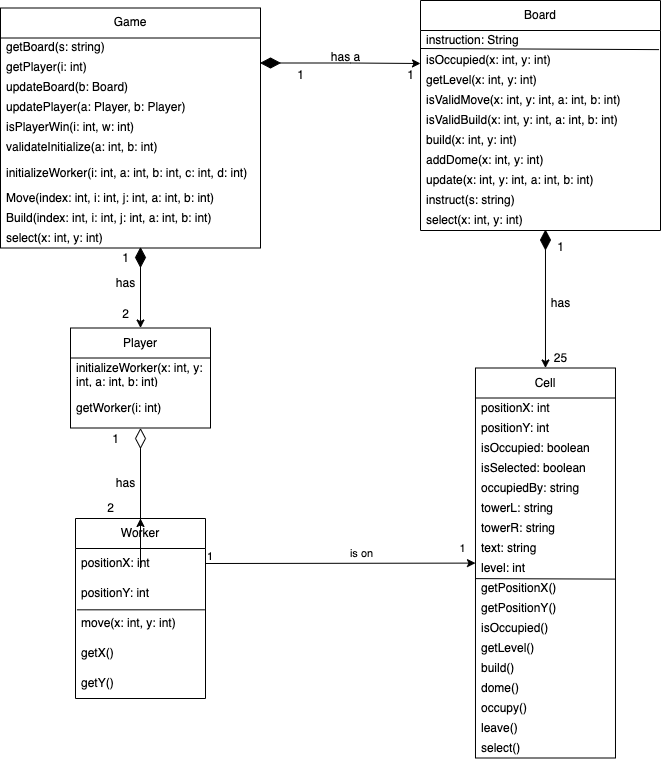
Above: Object diagram.drawio.png in RozayC/test (draw.io), before the change. Source tidied: cells renumbered, new cells last; positions are measured from the earlier drawing's top-left corner, leaving out a move shared by most shapes. The source it was exported from:
```xml
<mxGraphModel>
  <root>
    <mxCell id="0" />
    <mxCell id="1" parent="0" />
    <mxCell id="2" value="Worker" style="swimlane;fontStyle=0;horizontal=1;startSize=30;whiteSpace=wrap;html=1;fontSize=12;" parent="1" vertex="1">
      <mxGeometry x="75" y="518" width="130" height="180" as="geometry" />
    </mxCell>
    <mxCell id="3" value="positionX: int" style="text;strokeColor=none;fillColor=none;align=left;verticalAlign=middle;spacingLeft=4;spacingRight=4;overflow=hidden;points=[[0,0.5],[1,0.5]];portConstraint=eastwest;whiteSpace=wrap;html=1;fontSize=12;" parent="2" vertex="1">
      <mxGeometry y="30" width="130" height="30" as="geometry" />
    </mxCell>
    <mxCell id="4" value="positionY: int" style="text;strokeColor=none;fillColor=none;align=left;verticalAlign=middle;spacingLeft=4;spacingRight=4;overflow=hidden;whiteSpace=wrap;html=1;fontSize=12;" parent="2" vertex="1">
      <mxGeometry y="60" width="130" height="30" as="geometry" />
    </mxCell>
    <mxCell id="5" value="move(x: int, y: int)" style="text;strokeColor=none;fillColor=none;align=left;verticalAlign=middle;spacingLeft=4;spacingRight=4;overflow=hidden;whiteSpace=wrap;html=1;fontSize=12;" parent="2" vertex="1">
      <mxGeometry y="90" width="130" height="30" as="geometry" />
    </mxCell>
    <mxCell id="6" value="getX()" style="text;strokeColor=none;fillColor=none;align=left;verticalAlign=middle;spacingLeft=4;spacingRight=4;overflow=hidden;whiteSpace=wrap;html=1;fontSize=12;" parent="2" vertex="1">
      <mxGeometry y="120" width="130" height="30" as="geometry" />
    </mxCell>
    <mxCell id="7" value="getY()" style="text;strokeColor=none;fillColor=none;align=left;verticalAlign=middle;spacingLeft=4;spacingRight=4;overflow=hidden;whiteSpace=wrap;html=1;fontSize=12;" parent="2" vertex="1">
      <mxGeometry y="150" width="130" height="30" as="geometry" />
    </mxCell>
    <mxCell id="8" style="endArrow=none;html=1;rounded=0;fontSize=12;exitX=0.003;exitY=0.044;exitDx=0;exitDy=0;exitPerimeter=0;entryX=0.988;entryY=0.044;entryDx=0;entryDy=0;entryPerimeter=0;" parent="2" edge="1">
      <mxGeometry relative="1" as="geometry">
        <mxPoint x="1.4" y="91.3" as="sourcePoint" />
        <mxPoint x="129.4" y="91.3" as="targetPoint" />
      </mxGeometry>
    </mxCell>
    <mxCell id="9" style="endArrow=none;html=1;rounded=0;startArrow=none;" parent="1" edge="1">
      <mxGeometry relative="1" as="geometry">
        <mxPoint x="535" y="208" as="sourcePoint" />
        <mxPoint x="535" y="209" as="targetPoint" />
      </mxGeometry>
    </mxCell>
    <mxCell id="10" value="has a" style="text;html=1;align=center;verticalAlign=middle;fillColor=none;strokeColor=none;rounded=0;" parent="1" vertex="1">
      <mxGeometry x="320" y="42" width="50" height="30" as="geometry" />
    </mxCell>
    <mxCell id="11" value="has" style="text;html=1;align=center;verticalAlign=middle;fillColor=none;strokeColor=none;rounded=0;" parent="1" vertex="1">
      <mxGeometry x="540" y="287.5" width="40" height="30" as="geometry" />
    </mxCell>
    <mxCell id="12" value="has" style="text;html=1;align=center;verticalAlign=middle;fillColor=none;strokeColor=none;rounded=0;" parent="1" vertex="1">
      <mxGeometry x="105" y="467.5" width="40" height="30" as="geometry" />
    </mxCell>
    <mxCell id="13" value="has" style="text;html=1;align=center;verticalAlign=middle;fillColor=none;strokeColor=none;rounded=0;" parent="1" vertex="1">
      <mxGeometry x="105" y="267.5" width="40" height="30" as="geometry" />
    </mxCell>
    <mxCell id="14" value="1" style="text;html=1;align=center;verticalAlign=middle;fillColor=none;strokeColor=none;rounded=0;" parent="1" vertex="1">
      <mxGeometry x="115" y="247.5" width="20" height="20" as="geometry" />
    </mxCell>
    <mxCell id="15" value="2" style="text;html=1;align=center;verticalAlign=middle;fillColor=none;strokeColor=none;rounded=0;" parent="1" vertex="1">
      <mxGeometry x="115" y="304" width="20" height="20" as="geometry" />
    </mxCell>
    <mxCell id="16" value="1" style="text;html=1;align=center;verticalAlign=middle;fillColor=none;strokeColor=none;rounded=0;" parent="1" vertex="1">
      <mxGeometry x="105" y="428.5" width="20" height="20" as="geometry" />
    </mxCell>
    <mxCell id="17" value="2" style="text;html=1;align=center;verticalAlign=middle;fillColor=none;strokeColor=none;rounded=0;" parent="1" vertex="1">
      <mxGeometry x="100" y="498" width="20" height="20" as="geometry" />
    </mxCell>
    <mxCell id="18" value="1" style="text;html=1;align=center;verticalAlign=middle;fillColor=none;strokeColor=none;rounded=0;" parent="1" vertex="1">
      <mxGeometry x="550" y="237" width="20" height="20" as="geometry" />
    </mxCell>
    <mxCell id="19" value="25" style="text;html=1;align=center;verticalAlign=middle;fillColor=none;strokeColor=none;rounded=0;" parent="1" vertex="1">
      <mxGeometry x="545" y="347.5" width="30" height="20" as="geometry" />
    </mxCell>
    <mxCell id="20" value="1" style="text;html=1;align=center;verticalAlign=middle;fillColor=none;strokeColor=none;rounded=0;" parent="1" vertex="1">
      <mxGeometry x="290" y="65" width="20" height="20" as="geometry" />
    </mxCell>
    <mxCell id="21" value="1" style="text;html=1;align=center;verticalAlign=middle;fillColor=none;strokeColor=none;rounded=0;" parent="1" vertex="1">
      <mxGeometry x="400" y="65" width="20" height="20" as="geometry" />
    </mxCell>
    <mxCell id="22" style="endArrow=classic;html=1;rounded=0;exitX=1;exitY=0.5;exitDx=0;exitDy=0;" parent="1" edge="1" source="3" target="60">
      <mxGeometry relative="1" as="geometry" />
    </mxCell>
    <mxCell id="23" value="is on" style="edgeLabel;html=1;align=center;verticalAlign=middle;" parent="22" vertex="1">
      <mxGeometry relative="1" as="geometry">
        <mxPoint x="20" y="-11" as="offset" />
      </mxGeometry>
    </mxCell>
    <mxCell id="24" value="1" style="edgeLabel;html=1;align=left;verticalAlign=bottom;" parent="22" vertex="1">
      <mxGeometry x="-1" relative="1" as="geometry" />
    </mxCell>
    <mxCell id="25" value="1" style="edgeLabel;html=1;align=center;verticalAlign=middle;" parent="22" vertex="1">
      <mxGeometry x="0.88" y="4" relative="1" as="geometry">
        <mxPoint x="1" y="-11" as="offset" />
      </mxGeometry>
    </mxCell>
    <mxCell id="26" style="edgeStyle=orthogonalEdgeStyle;rounded=0;jettySize=auto;html=1;entryX=0.5;entryY=0;entryDx=0;entryDy=0;fontSize=12;" parent="1" edge="1" source="27" target="60">
      <mxGeometry relative="1" as="geometry" />
    </mxCell>
    <mxCell id="27" style="rhombus;whiteSpace=wrap;html=1;fillColor=#000000;" parent="1" vertex="1">
      <mxGeometry x="540" y="230" width="10" height="19" as="geometry" />
    </mxCell>
    <mxCell id="28" style="edgeStyle=orthogonalEdgeStyle;rounded=0;jettySize=auto;html=1;entryX=0.5;entryY=0;entryDx=0;entryDy=0;" parent="1" edge="1" source="29" target="2">
      <mxGeometry relative="1" as="geometry">
        <Array as="points">
          <mxPoint x="140" y="567.5" />
          <mxPoint x="140" y="567.5" />
        </Array>
      </mxGeometry>
    </mxCell>
    <mxCell id="29" style="rhombus;whiteSpace=wrap;html=1;fillColor=#ffffff;rotation=-180;" parent="1" vertex="1">
      <mxGeometry x="135" y="428.5" width="10" height="19" as="geometry" />
    </mxCell>
    <mxCell id="30" style="edgeStyle=orthogonalEdgeStyle;rounded=0;jettySize=auto;html=1;fontSize=12;" parent="1" edge="1" source="31" target="45">
      <mxGeometry relative="1" as="geometry" />
    </mxCell>
    <mxCell id="31" style="rhombus;whiteSpace=wrap;html=1;fillColor=#000000;" parent="1" vertex="1">
      <mxGeometry x="135" y="247.5" width="10" height="19" as="geometry" />
    </mxCell>
    <mxCell id="32" style="edgeStyle=orthogonalEdgeStyle;rounded=0;jettySize=auto;html=1;entryX=0;entryY=0.5;entryDx=0;entryDy=0;" parent="1" edge="1" source="33">
      <mxGeometry relative="1" as="geometry">
        <mxPoint x="420" y="63" as="targetPoint" />
      </mxGeometry>
    </mxCell>
    <mxCell id="33" style="rhombus;whiteSpace=wrap;html=1;fillColor=#000000;rotation=90;" parent="1" vertex="1">
      <mxGeometry x="265" y="53" width="10" height="19" as="geometry" />
    </mxCell>
    <mxCell id="34" value="Game" style="swimlane;fontStyle=0;horizontal=1;startSize=30;whiteSpace=wrap;html=1;" parent="1" vertex="1">
      <mxGeometry y="7.5" width="260" height="240" as="geometry" />
    </mxCell>
    <mxCell id="35" value="getBoard(s: string)" style="text;strokeColor=none;fillColor=none;align=left;verticalAlign=middle;spacingLeft=4;spacingRight=4;overflow=hidden;whiteSpace=wrap;html=1;" parent="34" vertex="1">
      <mxGeometry y="30" width="260" height="20" as="geometry" />
    </mxCell>
    <mxCell id="36" value="getPlayer(i: int)" style="text;strokeColor=none;fillColor=none;align=left;verticalAlign=middle;spacingLeft=4;spacingRight=4;overflow=hidden;whiteSpace=wrap;html=1;" parent="34" vertex="1">
      <mxGeometry y="50" width="260" height="20" as="geometry" />
    </mxCell>
    <mxCell id="37" value="updateBoard(b: Board)" style="text;strokeColor=none;fillColor=none;align=left;verticalAlign=middle;spacingLeft=4;spacingRight=4;overflow=hidden;whiteSpace=wrap;html=1;" parent="34" vertex="1">
      <mxGeometry y="70" width="260" height="20" as="geometry" />
    </mxCell>
    <mxCell id="38" value="updatePlayer(a: Player, b: Player)" style="text;strokeColor=none;fillColor=none;align=left;verticalAlign=middle;spacingLeft=4;spacingRight=4;overflow=hidden;whiteSpace=wrap;html=1;" parent="34" vertex="1">
      <mxGeometry y="90" width="260" height="20" as="geometry" />
    </mxCell>
    <mxCell id="39" value="isPlayerWin(i: int, w: int)" style="text;strokeColor=none;fillColor=none;align=left;verticalAlign=middle;spacingLeft=4;spacingRight=4;overflow=hidden;whiteSpace=wrap;html=1;" parent="34" vertex="1">
      <mxGeometry y="110" width="260" height="20" as="geometry" />
    </mxCell>
    <mxCell id="40" value="validateInitialize(a: int, b: int)" style="text;strokeColor=none;fillColor=none;align=left;verticalAlign=middle;spacingLeft=4;spacingRight=4;overflow=hidden;whiteSpace=wrap;html=1;" parent="34" vertex="1">
      <mxGeometry y="130" width="260" height="20" as="geometry" />
    </mxCell>
    <mxCell id="41" value="initializeWorker(i: int, a: int, b: int, c: int, d: int)" style="text;strokeColor=none;fillColor=none;align=left;verticalAlign=middle;spacingLeft=4;spacingRight=4;overflow=hidden;whiteSpace=wrap;html=1;" parent="34" vertex="1">
      <mxGeometry y="150" width="260" height="30" as="geometry" />
    </mxCell>
    <mxCell id="42" value="Move(index: int, i: int, j: int, a: int, b: int)" style="text;strokeColor=none;fillColor=none;align=left;verticalAlign=middle;spacingLeft=4;spacingRight=4;overflow=hidden;whiteSpace=wrap;html=1;" parent="34" vertex="1">
      <mxGeometry y="180" width="260" height="20" as="geometry" />
    </mxCell>
    <mxCell id="43" value="Build(index: int, i: int, j: int, a: int, b: int)" style="text;strokeColor=none;fillColor=none;align=left;verticalAlign=middle;spacingLeft=4;spacingRight=4;overflow=hidden;whiteSpace=wrap;html=1;" parent="34" vertex="1">
      <mxGeometry y="200" width="260" height="20" as="geometry" />
    </mxCell>
    <mxCell id="44" value="select(x: int, y: int)" style="text;strokeColor=none;fillColor=none;align=left;verticalAlign=middle;spacingLeft=4;spacingRight=4;overflow=hidden;whiteSpace=wrap;html=1;" parent="34" vertex="1">
      <mxGeometry y="220" width="260" height="20" as="geometry" />
    </mxCell>
    <mxCell id="45" value="Player" style="swimlane;fontStyle=0;horizontal=1;startSize=30;whiteSpace=wrap;html=1;fontSize=12;" parent="1" vertex="1">
      <mxGeometry x="70" y="327.5" width="140" height="100" as="geometry" />
    </mxCell>
    <mxCell id="46" value="initializeWorker(x: int, y: int, a: int, b: int)" style="text;strokeColor=none;fillColor=none;align=left;verticalAlign=middle;spacingLeft=4;spacingRight=4;overflow=hidden;whiteSpace=wrap;html=1;fontSize=12;" parent="45" vertex="1">
      <mxGeometry y="30" width="140" height="30" as="geometry" />
    </mxCell>
    <mxCell id="47" value="getWorker(i: int)" style="text;strokeColor=none;fillColor=none;align=left;verticalAlign=middle;spacingLeft=4;spacingRight=4;overflow=hidden;whiteSpace=wrap;html=1;fontSize=12;" parent="45" vertex="1">
      <mxGeometry y="60" width="140" height="40" as="geometry" />
    </mxCell>
    <mxCell id="48" value="Board" style="swimlane;fontStyle=0;horizontal=1;startSize=30;whiteSpace=wrap;html=1;fontSize=12;" parent="1" vertex="1">
      <mxGeometry x="420" width="240" height="230" as="geometry" />
    </mxCell>
    <mxCell id="49" value="instruction: String" style="text;strokeColor=none;fillColor=none;align=left;verticalAlign=middle;spacingLeft=4;spacingRight=4;overflow=hidden;whiteSpace=wrap;html=1;fontSize=12;" parent="48" vertex="1">
      <mxGeometry y="30" width="240" height="20" as="geometry" />
    </mxCell>
    <mxCell id="50" value="isOccupied(x: int, y: int)" style="text;strokeColor=none;fillColor=none;align=left;verticalAlign=middle;spacingLeft=4;spacingRight=4;overflow=hidden;points=[[0,0.5],[1,0.5]];portConstraint=eastwest;whiteSpace=wrap;html=1;fontSize=12;" parent="48" vertex="1">
      <mxGeometry y="50" width="240" height="20" as="geometry" />
    </mxCell>
    <mxCell id="51" value="getLevel(x: int, y: int)" style="text;strokeColor=none;fillColor=none;align=left;verticalAlign=middle;spacingLeft=4;spacingRight=4;overflow=hidden;whiteSpace=wrap;html=1;fontSize=12;" parent="48" vertex="1">
      <mxGeometry y="70" width="240" height="20" as="geometry" />
    </mxCell>
    <mxCell id="52" value="isValidMove(x: int, y: int, a: int, b: int)" style="text;strokeColor=none;fillColor=none;align=left;verticalAlign=middle;spacingLeft=4;spacingRight=4;overflow=hidden;whiteSpace=wrap;html=1;fontSize=12;" parent="48" vertex="1">
      <mxGeometry y="90" width="240" height="20" as="geometry" />
    </mxCell>
    <mxCell id="53" value="isValidBuild(x: int, y: int, a: int, b: int)" style="text;strokeColor=none;fillColor=none;align=left;verticalAlign=middle;spacingLeft=4;spacingRight=4;overflow=hidden;whiteSpace=wrap;html=1;fontSize=12;" parent="48" vertex="1">
      <mxGeometry y="110" width="240" height="20" as="geometry" />
    </mxCell>
    <mxCell id="54" value="build(x: int, y: int)" style="text;strokeColor=none;fillColor=none;align=left;verticalAlign=middle;spacingLeft=4;spacingRight=4;overflow=hidden;whiteSpace=wrap;html=1;fontSize=12;" parent="48" vertex="1">
      <mxGeometry y="130" width="240" height="20" as="geometry" />
    </mxCell>
    <mxCell id="55" value="addDome(x: int, y: int)" style="text;strokeColor=none;fillColor=none;align=left;verticalAlign=middle;spacingLeft=4;spacingRight=4;overflow=hidden;whiteSpace=wrap;html=1;fontSize=12;" parent="48" vertex="1">
      <mxGeometry y="150" width="240" height="20" as="geometry" />
    </mxCell>
    <mxCell id="56" value="update(x: int, y: int, a: int, b: int)" style="text;strokeColor=none;fillColor=none;align=left;verticalAlign=middle;spacingLeft=4;spacingRight=4;overflow=hidden;whiteSpace=wrap;html=1;fontSize=12;" parent="48" vertex="1">
      <mxGeometry y="170" width="240" height="20" as="geometry" />
    </mxCell>
    <mxCell id="57" value="instruct(s: string)" style="text;strokeColor=none;fillColor=none;align=left;verticalAlign=middle;spacingLeft=4;spacingRight=4;overflow=hidden;whiteSpace=wrap;html=1;fontSize=12;" parent="48" vertex="1">
      <mxGeometry y="190" width="240" height="20" as="geometry" />
    </mxCell>
    <mxCell id="58" value="select(x: int, y: int)" style="text;strokeColor=none;fillColor=none;align=left;verticalAlign=middle;spacingLeft=4;spacingRight=4;overflow=hidden;whiteSpace=wrap;html=1;fontSize=12;" parent="48" vertex="1">
      <mxGeometry y="210" width="240" height="20" as="geometry" />
    </mxCell>
    <mxCell id="59" style="endArrow=none;html=1;rounded=0;entryX=0.994;entryY=-0.044;entryDx=0;entryDy=0;entryPerimeter=0;exitX=0;exitY=-0.1;exitDx=0;exitDy=0;exitPerimeter=0;" parent="48" edge="1" source="50" target="50">
      <mxGeometry relative="1" as="geometry" />
    </mxCell>
    <mxCell id="60" value="Cell" style="swimlane;fontStyle=0;horizontal=1;startSize=30;whiteSpace=wrap;html=1;fontSize=12;" parent="1" vertex="1">
      <mxGeometry x="475" y="367.5" width="140" height="390" as="geometry" />
    </mxCell>
    <mxCell id="61" value="positionX: int" style="text;strokeColor=none;fillColor=none;align=left;verticalAlign=middle;spacingLeft=4;spacingRight=4;overflow=hidden;whiteSpace=wrap;html=1;fontSize=12;" parent="60" vertex="1">
      <mxGeometry y="30" width="140" height="20" as="geometry" />
    </mxCell>
    <mxCell id="62" value="positionY: int" style="text;strokeColor=none;fillColor=none;align=left;verticalAlign=middle;spacingLeft=4;spacingRight=4;overflow=hidden;whiteSpace=wrap;html=1;fontSize=12;" parent="60" vertex="1">
      <mxGeometry y="50" width="140" height="20" as="geometry" />
    </mxCell>
    <mxCell id="63" value="isOccupied: boolean" style="text;strokeColor=none;fillColor=none;align=left;verticalAlign=middle;spacingLeft=4;spacingRight=4;overflow=hidden;whiteSpace=wrap;html=1;fontSize=12;" parent="60" vertex="1">
      <mxGeometry y="70" width="140" height="20" as="geometry" />
    </mxCell>
    <mxCell id="64" value="isSelected: boolean" style="text;strokeColor=none;fillColor=none;align=left;verticalAlign=middle;spacingLeft=4;spacingRight=4;overflow=hidden;whiteSpace=wrap;html=1;fontSize=12;" parent="60" vertex="1">
      <mxGeometry y="90" width="140" height="20" as="geometry" />
    </mxCell>
    <mxCell id="65" value="occupiedBy: string" style="text;strokeColor=none;fillColor=none;align=left;verticalAlign=middle;spacingLeft=4;spacingRight=4;overflow=hidden;whiteSpace=wrap;html=1;fontSize=12;" parent="60" vertex="1">
      <mxGeometry y="110" width="140" height="20" as="geometry" />
    </mxCell>
    <mxCell id="66" value="towerL: string" style="text;strokeColor=none;fillColor=none;align=left;verticalAlign=middle;spacingLeft=4;spacingRight=4;overflow=hidden;whiteSpace=wrap;html=1;fontSize=12;" parent="60" vertex="1">
      <mxGeometry y="130" width="140" height="20" as="geometry" />
    </mxCell>
    <mxCell id="67" value="towerR: string" style="text;strokeColor=none;fillColor=none;align=left;verticalAlign=middle;spacingLeft=4;spacingRight=4;overflow=hidden;whiteSpace=wrap;html=1;fontSize=12;" parent="60" vertex="1">
      <mxGeometry y="150" width="140" height="20" as="geometry" />
    </mxCell>
    <mxCell id="68" value="text: string" style="text;strokeColor=none;fillColor=none;align=left;verticalAlign=middle;spacingLeft=4;spacingRight=4;overflow=hidden;whiteSpace=wrap;html=1;fontSize=12;" parent="60" vertex="1">
      <mxGeometry y="170" width="140" height="20" as="geometry" />
    </mxCell>
    <mxCell id="69" value="level: int" style="text;strokeColor=none;fillColor=none;align=left;verticalAlign=middle;spacingLeft=4;spacingRight=4;overflow=hidden;whiteSpace=wrap;html=1;fontSize=12;" parent="60" vertex="1">
      <mxGeometry y="190" width="140" height="20" as="geometry" />
    </mxCell>
    <mxCell id="70" value="getPositionX()" style="text;strokeColor=none;fillColor=none;align=left;verticalAlign=middle;spacingLeft=4;spacingRight=4;overflow=hidden;points=[[0,0.5],[1,0.5]];portConstraint=eastwest;whiteSpace=wrap;html=1;fontSize=12;" parent="60" vertex="1">
      <mxGeometry y="210" width="140" height="20" as="geometry" />
    </mxCell>
    <mxCell id="71" value="getPositionY()" style="text;strokeColor=none;fillColor=none;align=left;verticalAlign=middle;spacingLeft=4;spacingRight=4;overflow=hidden;whiteSpace=wrap;html=1;fontSize=12;" parent="60" vertex="1">
      <mxGeometry y="230" width="140" height="20" as="geometry" />
    </mxCell>
    <mxCell id="72" value="isOccupied()" style="text;strokeColor=none;fillColor=none;align=left;verticalAlign=middle;spacingLeft=4;spacingRight=4;overflow=hidden;whiteSpace=wrap;html=1;fontSize=12;" parent="60" vertex="1">
      <mxGeometry y="250" width="140" height="20" as="geometry" />
    </mxCell>
    <mxCell id="73" value="getLevel()" style="text;strokeColor=none;fillColor=none;align=left;verticalAlign=middle;spacingLeft=4;spacingRight=4;overflow=hidden;whiteSpace=wrap;html=1;fontSize=12;" parent="60" vertex="1">
      <mxGeometry y="270" width="140" height="20" as="geometry" />
    </mxCell>
    <mxCell id="74" value="build()" style="text;strokeColor=none;fillColor=none;align=left;verticalAlign=middle;spacingLeft=4;spacingRight=4;overflow=hidden;whiteSpace=wrap;html=1;fontSize=12;" parent="60" vertex="1">
      <mxGeometry y="290" width="140" height="20" as="geometry" />
    </mxCell>
    <mxCell id="75" value="dome()" style="text;strokeColor=none;fillColor=none;align=left;verticalAlign=middle;spacingLeft=4;spacingRight=4;overflow=hidden;whiteSpace=wrap;html=1;fontSize=12;" parent="60" vertex="1">
      <mxGeometry y="310" width="140" height="20" as="geometry" />
    </mxCell>
    <mxCell id="76" value="occupy()" style="text;strokeColor=none;fillColor=none;align=left;verticalAlign=middle;spacingLeft=4;spacingRight=4;overflow=hidden;whiteSpace=wrap;html=1;fontSize=12;" parent="60" vertex="1">
      <mxGeometry y="330" width="140" height="20" as="geometry" />
    </mxCell>
    <mxCell id="77" value="leave()" style="text;strokeColor=none;fillColor=none;align=left;verticalAlign=middle;spacingLeft=4;spacingRight=4;overflow=hidden;whiteSpace=wrap;html=1;fontSize=12;" parent="60" vertex="1">
      <mxGeometry y="350" width="140" height="20" as="geometry" />
    </mxCell>
    <mxCell id="78" value="select()" style="text;strokeColor=none;fillColor=none;align=left;verticalAlign=middle;spacingLeft=4;spacingRight=4;overflow=hidden;whiteSpace=wrap;html=1;fontSize=12;" parent="60" vertex="1">
      <mxGeometry y="370" width="140" height="20" as="geometry" />
    </mxCell>
    <mxCell id="79" style="endArrow=none;html=1;rounded=0;fontSize=12;exitX=0.002;exitY=0.031;exitDx=0;exitDy=0;exitPerimeter=0;entryX=1.002;entryY=0.055;entryDx=0;entryDy=0;entryPerimeter=0;" parent="60" edge="1" source="70" target="70">
      <mxGeometry relative="1" as="geometry" />
    </mxCell>
  </root>
</mxGraphModel>
```
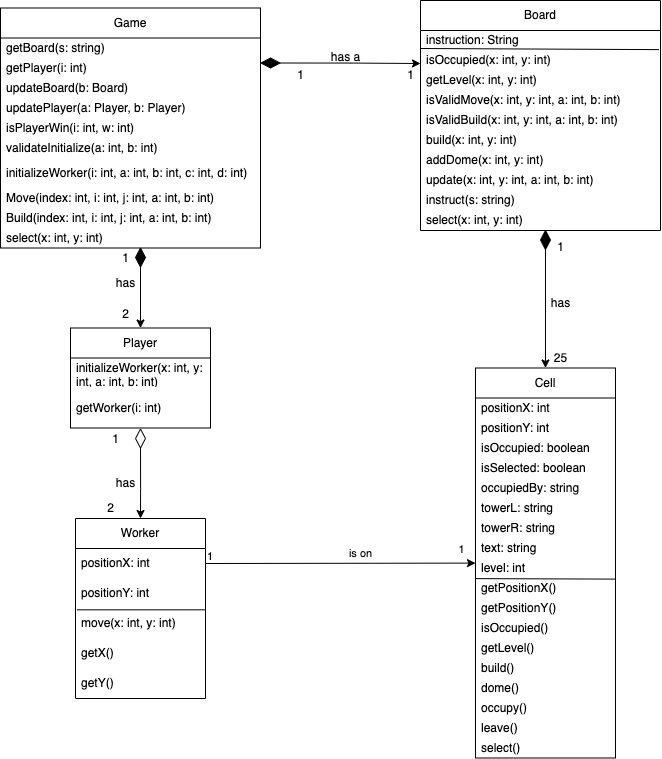
Later version of the same file.

Change to the diagram source:
```diff
@@ -90,11 +90,12 @@
     <mxCell id="27" style="rhombus;whiteSpace=wrap;html=1;fillColor=#000000;" parent="1" vertex="1">
       <mxGeometry x="540" y="230" width="10" height="19" as="geometry" />
     </mxCell>
-    <mxCell id="28" style="edgeStyle=orthogonalEdgeStyle;rounded=0;jettySize=auto;html=1;entryX=0.5;entryY=0;entryDx=0;entryDy=0;" parent="1" edge="1" source="29" target="2">
+    <mxCell id="28" style="edgeStyle=orthogonalEdgeStyle;rounded=0;jettySize=auto;html=1;" parent="1" edge="1" source="29">
       <mxGeometry relative="1" as="geometry">
+        <mxPoint x="140" y="518" as="targetPoint" />
         <Array as="points">
-          <mxPoint x="140" y="567.5" />
-          <mxPoint x="140" y="567.5" />
+          <mxPoint x="140" y="488" />
+          <mxPoint x="140" y="488" />
         </Array>
       </mxGeometry>
     </mxCell>
```
